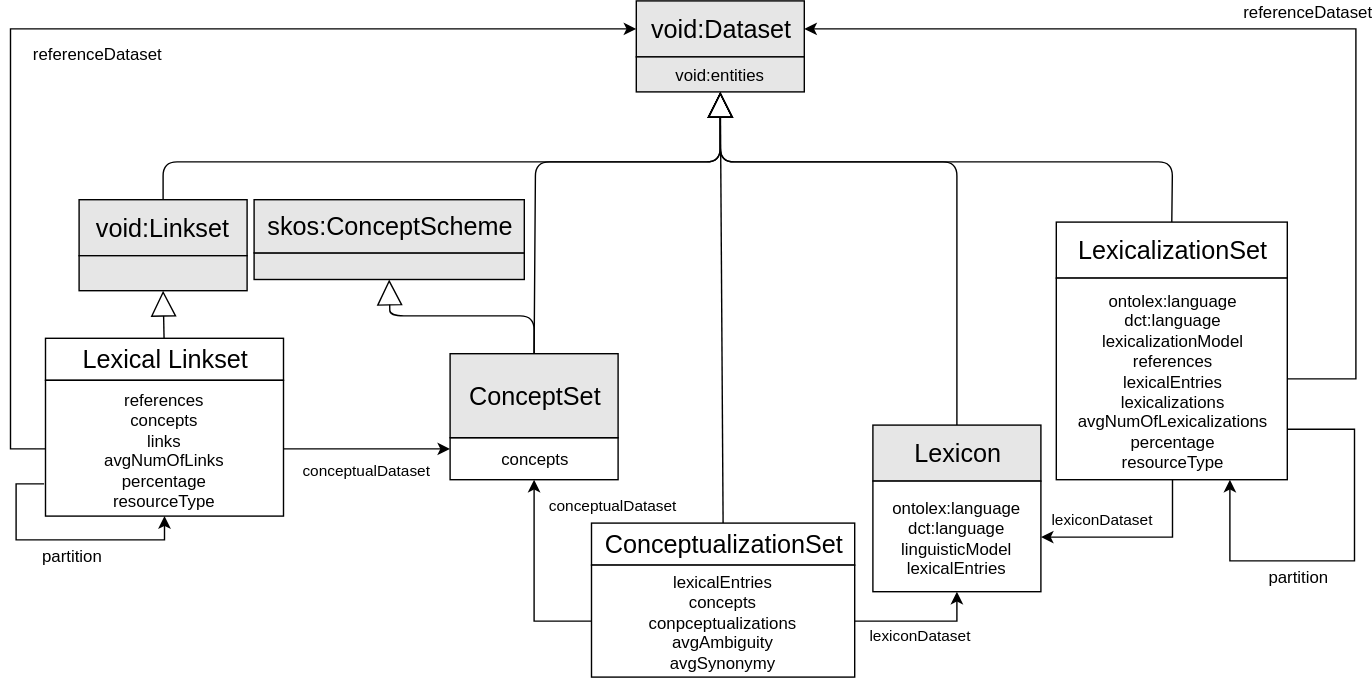
This is Lemon Lime Metadata.svg from ontolex/ontolex, a draw.io export, as it was before one commit. Source tidied: cells renumbered, new cells last; positions are measured from the earlier drawing's top-left corner, leaving out a move shared by most shapes.
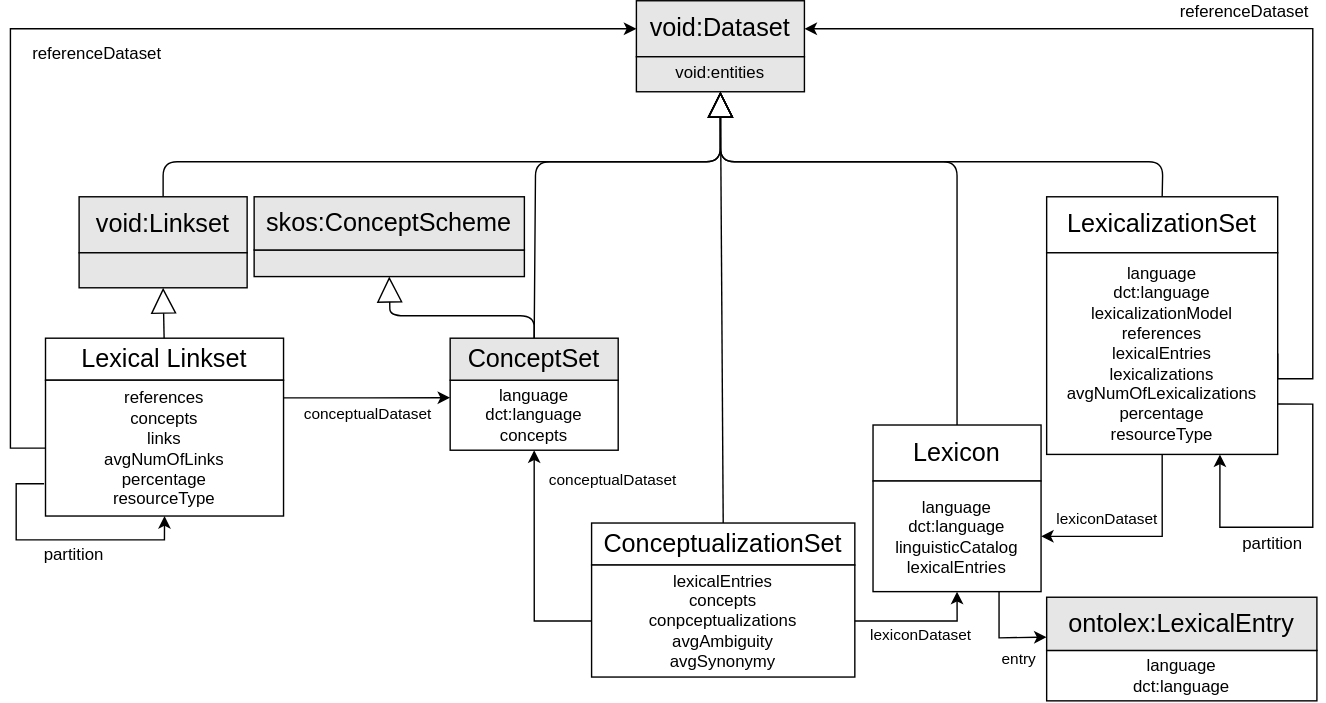
After the change.

The edit, as a diff of the source:
```diff
@@ -2,12 +2,6 @@
   <root>
     <mxCell id="0" />
     <mxCell id="1" parent="0" />
-    <mxCell id="2" value="&lt;font style=&quot;font-size: 18px&quot;&gt;LexicalizationSet&lt;/font&gt;&lt;br&gt;" style="whiteSpace=wrap;html=1;" parent="1" vertex="1">
-      <mxGeometry x="747" y="158" width="165" height="40" as="geometry" />
-    </mxCell>
-    <mxCell id="3" value="ontolex:language&lt;br&gt;dct:language&lt;br&gt;lexicalizationModel&lt;br&gt;references&lt;br&gt;lexicalEntries&lt;br&gt;lexicalizations&lt;br&gt;avgNumOfLexicalizations&lt;br&gt;percentage&lt;br&gt;resourceType&lt;br&gt;" style="whiteSpace=wrap;html=1;" parent="1" vertex="1">
-      <mxGeometry x="747" y="198" width="165" height="144" as="geometry" />
-    </mxCell>
     <mxCell id="4" value="&lt;font style=&quot;font-size: 18px&quot;&gt;void:Dataset&lt;/font&gt;" style="whiteSpace=wrap;html=1;fillColor=#E6E6E6;" parent="1" vertex="1">
       <mxGeometry x="447" width="120" height="40" as="geometry" />
     </mxCell>
@@ -26,14 +20,15 @@
     <mxCell id="9" style="edgeStyle=orthogonalEdgeStyle;rounded=0;html=1;startArrow=none;startFill=0;endArrow=classic;endFill=1;exitX=1;exitY=0.5;entryX=1;entryY=0.5;" parent="1" edge="1" source="3" target="4">
       <mxGeometry relative="1" as="geometry">
         <Array as="points">
-          <mxPoint x="961" y="270" />
-          <mxPoint x="961" y="20" />
+          <mxPoint x="905" y="270" />
+          <mxPoint x="930" y="270" />
+          <mxPoint x="930" y="20" />
         </Array>
       </mxGeometry>
     </mxCell>
     <mxCell id="10" value="referenceDataset" style="text;html=1;align=center;verticalAlign=middle;labelBackgroundColor=#ffffff;" parent="9" vertex="1">
       <mxGeometry x="0.21" relative="1" as="geometry">
-        <mxPoint x="84" y="-13" as="offset" />
+        <mxPoint x="53" y="-13" as="offset" />
       </mxGeometry>
     </mxCell>
     <mxCell id="11" style="edgeStyle=orthogonalEdgeStyle;rounded=0;html=1;exitX=0;exitY=0.5;entryX=0;entryY=0.5;" parent="1" edge="1" source="8" target="4">
@@ -56,21 +51,6 @@
     <mxCell id="15" style="edgeStyle=orthogonalEdgeStyle;rounded=0;html=1;exitX=0.25;exitY=0;entryX=0.25;entryY=0;" parent="12" edge="1" source="13" target="13">
       <mxGeometry relative="1" as="geometry" />
     </mxCell>
-    <mxCell id="16" style="group;" parent="1" vertex="1">
-      <mxGeometry x="314" y="252" width="120" height="90" as="geometry" />
-    </mxCell>
-    <mxCell id="17" value="concepts" style="whiteSpace=wrap;html=1;fillColor=#ffffff;strokeColor=#000000;" parent="16" vertex="1">
-      <mxGeometry y="60" width="120" height="30" as="geometry" />
-    </mxCell>
-    <mxCell id="18" value="&lt;font style=&quot;font-size: 18px&quot;&gt;ConceptSet&lt;br&gt;&lt;/font&gt;" style="whiteSpace=wrap;html=1;fillColor=#E6E6E6;" parent="16" vertex="1">
-      <mxGeometry width="120" height="60" as="geometry" />
-    </mxCell>
-    <mxCell id="19" value="&lt;font style=&quot;font-size: 18px&quot;&gt;void:Linkset&lt;/font&gt;" style="whiteSpace=wrap;html=1;fillColor=#E6E6E6;" parent="1" vertex="1">
-      <mxGeometry x="49" y="142" width="120" height="40" as="geometry" />
-    </mxCell>
-    <mxCell id="20" value="&lt;br&gt;" style="whiteSpace=wrap;html=1;fillColor=#E6E6E6;" parent="1" vertex="1">
-      <mxGeometry x="49" y="182" width="120" height="25" as="geometry" />
-    </mxCell>
     <mxCell id="21" value="&lt;br&gt;" style="endArrow=block;endSize=16;endFill=0;html=1;exitX=0.5;exitY=0;entryX=0.5;entryY=1;" parent="1" edge="1" source="19" target="5">
       <mxGeometry relative="1" as="geometry">
         <Array as="points">
@@ -82,12 +62,6 @@
     <mxCell id="22" value="&lt;br&gt;" style="endArrow=block;endSize=16;endFill=0;html=1;entryX=0.5;entryY=1;" parent="1" edge="1" source="7" target="20">
       <mxGeometry x="122" y="795" as="geometry" />
     </mxCell>
-    <mxCell id="23" value="&lt;font style=&quot;font-size: 18px&quot;&gt;Lexicon&lt;/font&gt;" style="whiteSpace=wrap;html=1;fillColor=#E6E6E6;" parent="1" vertex="1">
-      <mxGeometry x="616" y="303" width="120" height="40" as="geometry" />
-    </mxCell>
-    <mxCell id="24" value="ontolex:language&lt;br&gt;dct:language&lt;br&gt;linguisticModel&lt;br&gt;lexicalEntries&lt;br&gt;" style="whiteSpace=wrap;html=1;" parent="1" vertex="1">
-      <mxGeometry x="616" y="343" width="120" height="79" as="geometry" />
-    </mxCell>
     <mxCell id="25" value="&lt;br&gt;" style="endArrow=block;endSize=16;endFill=0;html=1;exitX=0.5;exitY=0;entryX=0.5;entryY=1;" parent="1" edge="1" source="23" target="5">
       <mxGeometry x="68" y="805" as="geometry">
         <Array as="points">
@@ -105,7 +79,7 @@
       </mxGeometry>
     </mxCell>
     <mxCell id="27" style="group;" parent="1" vertex="1">
-      <mxGeometry x="174" y="142" width="193" height="57" as="geometry" />
+      <mxGeometry x="174" y="140" width="193" height="57" as="geometry" />
     </mxCell>
     <mxCell id="28" value="&lt;br&gt;" style="whiteSpace=wrap;html=1;fillColor=#E6E6E6;strokeColor=#000000;" parent="27" vertex="1">
       <mxGeometry y="38" width="193" height="19" as="geometry" />
@@ -127,7 +101,7 @@
     <mxCell id="32" value="&lt;br&gt;" style="endArrow=block;endSize=16;endFill=0;html=1;exitX=0.5;exitY=0;entryX=0.5;entryY=1;" parent="1" edge="1" source="2" target="5">
       <mxGeometry x="78" y="815" as="geometry">
         <Array as="points">
-          <mxPoint x="830" y="115" />
+          <mxPoint x="823" y="115" />
           <mxPoint x="507" y="115" />
         </Array>
       </mxGeometry>
@@ -141,8 +115,8 @@
     <mxCell id="35" value="conceptualDataset" style="edgeStyle=orthogonalEdgeStyle;rounded=0;html=1;exitX=0;exitY=0.5;entryX=0.5;entryY=1;" parent="1" edge="1" source="14" target="17">
       <mxGeometry x="0.75" y="-56" relative="1" as="geometry" />
     </mxCell>
-    <mxCell id="36" value="conceptualDataset" style="edgeStyle=orthogonalEdgeStyle;rounded=0;html=1;exitX=1;exitY=0.5;entryX=0;entryY=0.25;" parent="1" edge="1" source="8" target="17">
-      <mxGeometry x="-0.01" y="-15" relative="1" as="geometry" />
+    <mxCell id="36" value="conceptualDataset" style="edgeStyle=orthogonalEdgeStyle;rounded=0;html=1;entryX=0;entryY=0.25;entryDx=0;entryDy=0;exitX=1;exitY=0.13;exitDx=0;exitDy=0;exitPerimeter=0;" parent="1" edge="1" source="8" target="17">
+      <mxGeometry y="-12" relative="1" as="geometry" />
     </mxCell>
     <mxCell id="37" style="edgeStyle=orthogonalEdgeStyle;rounded=0;html=1;entryX=0.5;entryY=1;" parent="1" edge="1" target="8">
       <mxGeometry relative="1" as="geometry">
@@ -159,19 +133,71 @@
         <mxPoint x="1" y="6" as="offset" />
       </mxGeometry>
     </mxCell>
+    <mxCell id="41" style="group;" parent="1" vertex="1">
+      <mxGeometry x="616" y="303" width="120" height="119" as="geometry" />
+    </mxCell>
+    <mxCell id="23" value="&lt;font style=&quot;font-size: 18px&quot;&gt;Lexicon&lt;/font&gt;" style="whiteSpace=wrap;html=1;" parent="41" vertex="1">
+      <mxGeometry width="120" height="40" as="geometry" />
+    </mxCell>
+    <mxCell id="24" value="language&lt;br&gt;dct:language&lt;br&gt;linguisticCatalog&lt;br&gt;lexicalEntries" style="whiteSpace=wrap;html=1;" parent="41" vertex="1">
+      <mxGeometry y="40" width="120" height="79" as="geometry" />
+    </mxCell>
+    <mxCell id="42" style="group;" parent="1" vertex="1">
+      <mxGeometry x="740" y="140" width="165" height="184" as="geometry" />
+    </mxCell>
+    <mxCell id="2" value="&lt;font style=&quot;font-size: 18px&quot;&gt;LexicalizationSet&lt;/font&gt;&lt;br&gt;" style="whiteSpace=wrap;html=1;" parent="42" vertex="1">
+      <mxGeometry width="165" height="40" as="geometry" />
+    </mxCell>
+    <mxCell id="3" value="language&lt;br&gt;dct:language&lt;br&gt;lexicalizationModel&lt;br&gt;references&lt;br&gt;lexicalEntries&lt;br&gt;lexicalizations&lt;br&gt;avgNumOfLexicalizations&lt;br&gt;percentage&lt;br&gt;resourceType" style="whiteSpace=wrap;html=1;" parent="42" vertex="1">
+      <mxGeometry y="40" width="165" height="144" as="geometry" />
+    </mxCell>
-    <mxCell id="39" style="edgeStyle=orthogonalEdgeStyle;rounded=0;html=1;exitX=1;exitY=0.75;entryX=0.75;entryY=1;" parent="1" edge="1" source="3" target="3">
+    <mxCell id="39" style="edgeStyle=orthogonalEdgeStyle;rounded=0;html=1;exitX=1;exitY=0.75;exitDx=0;exitDy=0;entryX=0.75;entryY=1;entryDx=0;entryDy=0;" parent="42" edge="1" source="3" target="3">
       <mxGeometry relative="1" as="geometry">
         <Array as="points">
-          <mxPoint x="960" y="306" />
-          <mxPoint x="960" y="400" />
-          <mxPoint x="871" y="400" />
+          <mxPoint x="190" y="148" />
+          <mxPoint x="190" y="236" />
+          <mxPoint x="124" y="236" />
         </Array>
       </mxGeometry>
     </mxCell>
     <mxCell id="40" value="partition" style="text;html=1;align=center;verticalAlign=middle;labelBackgroundColor=#ffffff;" parent="39" vertex="1">
       <mxGeometry x="-0.29" y="2" relative="1" as="geometry">
-        <mxPoint x="-42" y="50" as="offset" />
+        <mxPoint x="-32" y="43" as="offset" />
       </mxGeometry>
     </mxCell>
+    <mxCell id="43" style="group;" parent="1" vertex="1">
+      <mxGeometry x="49" y="140" width="120" height="65" as="geometry" />
+    </mxCell>
+    <mxCell id="19" value="&lt;font style=&quot;font-size: 18px&quot;&gt;void:Linkset&lt;/font&gt;" style="whiteSpace=wrap;html=1;fillColor=#E6E6E6;" parent="43" vertex="1">
+      <mxGeometry width="120" height="40" as="geometry" />
+    </mxCell>
+    <mxCell id="20" value="&lt;br&gt;" style="whiteSpace=wrap;html=1;fillColor=#E6E6E6;" parent="43" vertex="1">
+      <mxGeometry y="40" width="120" height="25" as="geometry" />
+    </mxCell>
+    <mxCell id="44" value="entry" style="endArrow=classic;html=1;exitX=0.75;exitY=1;exitDx=0;exitDy=0;rounded=0;entryX=0;entryY=0.75;entryDx=0;entryDy=0;" parent="1" edge="1" source="24" target="46">
+      <mxGeometry x="0.4" y="-15" relative="1" as="geometry">
+        <Array as="points">
+          <mxPoint x="706" y="455" />
+        </Array>
+      </mxGeometry>
+    </mxCell>
+    <mxCell id="45" value="&lt;div&gt;language&lt;/div&gt;&lt;div&gt;dct:language&lt;br&gt;&lt;/div&gt;" style="whiteSpace=wrap;html=1;" parent="1" vertex="1">
+      <mxGeometry x="740" y="464" width="193" height="36" as="geometry" />
+    </mxCell>
+    <mxCell id="46" value="&lt;font style=&quot;font-size: 18px&quot;&gt;ontolex:LexicalEntry&lt;/font&gt;&lt;font style=&quot;font-size: 18px&quot;&gt;&lt;br&gt;&lt;/font&gt;" style="whiteSpace=wrap;html=1;fillColor=#E6E6E6;" parent="1" vertex="1">
+      <mxGeometry x="740" y="426" width="193" height="38" as="geometry" />
+    </mxCell>
+    <mxCell id="47" style="group;" parent="1" vertex="1">
+      <mxGeometry x="314" y="241" width="120" height="80" as="geometry" />
+    </mxCell>
+    <mxCell id="48" style="group;" parent="47" vertex="1">
+      <mxGeometry width="120" height="80" as="geometry" />
+    </mxCell>
+    <mxCell id="17" value="&lt;div&gt;language&lt;/div&gt;&lt;div&gt;dct:language&lt;br&gt;&lt;/div&gt;&lt;div&gt;concepts&lt;/div&gt;" style="whiteSpace=wrap;html=1;fillColor=#ffffff;strokeColor=#000000;" parent="48" vertex="1">
+      <mxGeometry y="30" width="120" height="50" as="geometry" />
+    </mxCell>
+    <mxCell id="18" value="&lt;font style=&quot;font-size: 18px&quot;&gt;ConceptSet&lt;br&gt;&lt;/font&gt;" style="whiteSpace=wrap;html=1;fillColor=#E6E6E6;" parent="48" vertex="1">
+      <mxGeometry width="120" height="30" as="geometry" />
+    </mxCell>
   </root>
 </mxGraphModel>
```
